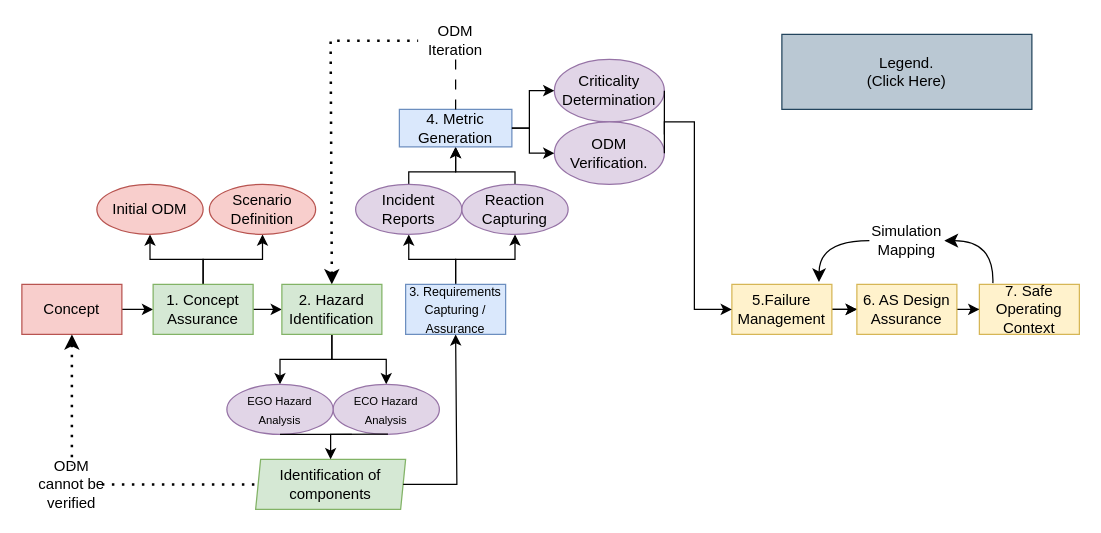
This is Overview/SACRED.drawio from TortoiseFather/SACRED, a draw.io file, before an edit. Source tidied: cells renumbered, new cells numbered last; positions are measured from the earlier drawing's top-left corner, leaving out a move shared by most shapes. Both pictures are drawn from the tidied source at 125%, with x=0, y=0 at pixel (21, 21).
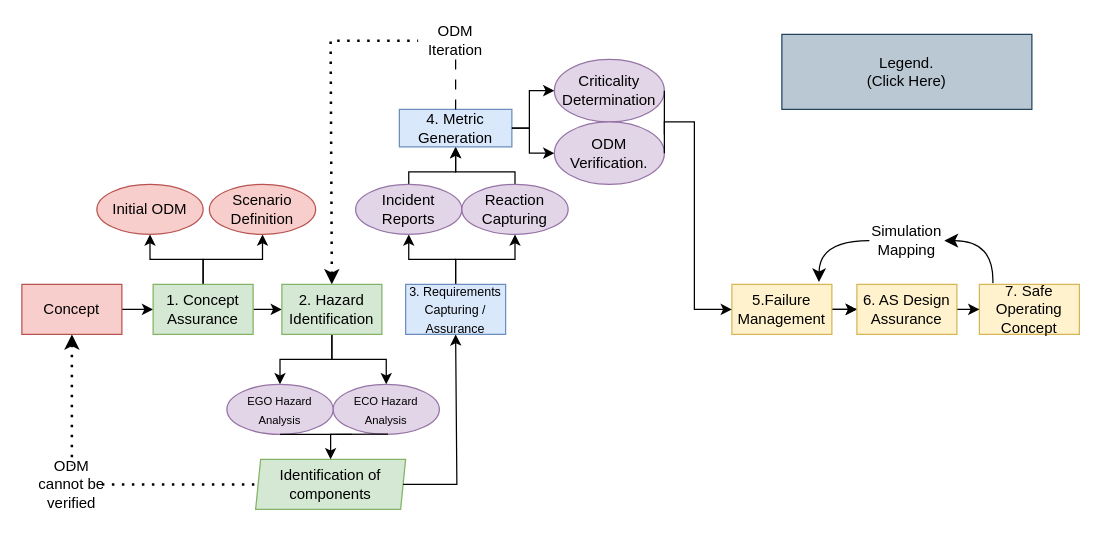
The same diagram, later.

Change to the diagram source:
```diff
@@
-    <mxCell id="25" value="7. Safe Operating Context" style="rounded=0;whiteSpace=wrap;html=1;fillColor=#fff2cc;strokeColor=#d6b656;" parent="1" vertex="1">
+    <mxCell id="25" value="7. Safe Operating Concept" style="rounded=0;whiteSpace=wrap;html=1;fillColor=#fff2cc;strokeColor=#d6b656;" parent="1" vertex="1">
       <mxGeometry x="766" y="210" width="80" height="40" as="geometry" />
     </mxCell>
```
